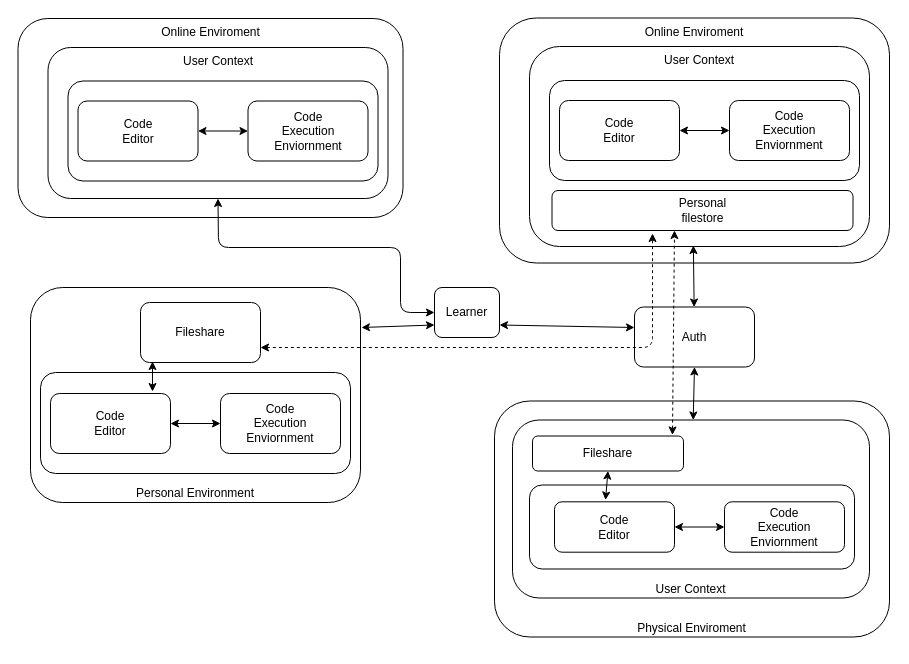
Above: drawio/basic_code_arch.dio in ouseful-demos/jupyter-architecture-diagrams (draw.io), before the change. Source tidied: cells renumbered, new cells numbered last; positions are measured from the earlier drawing's top-left corner, leaving out a move shared by most shapes. Both pictures are drawn from the tidied source at 100%, with x=0, y=0 at pixel (18, 17).
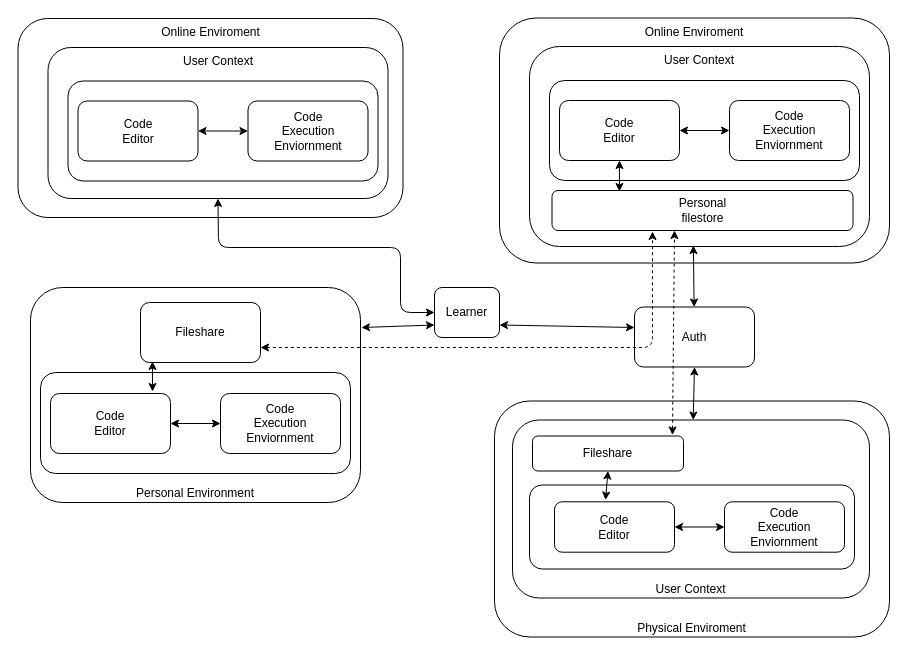
After the change.

Unchanged cells that the change refers to:
```xml
<mxCell id="15" value="Code&lt;br&gt;Editor&lt;br&gt;" style="rounded=1;whiteSpace=wrap;html=1;" parent="13" vertex="1">
  <mxGeometry x="10" y="20" width="120" height="60" as="geometry" />
</mxCell>
<mxCell id="19" value="Personal&lt;br&gt;filestore&lt;br&gt;" style="rounded=1;whiteSpace=wrap;html=1;" parent="1" vertex="1">
  <mxGeometry x="533.5" y="173" width="301" height="40" as="geometry" />
</mxCell>
<mxCell id="26" value="Fileshare" style="rounded=1;whiteSpace=wrap;html=1;" parent="1" vertex="1">
  <mxGeometry x="122" y="285" width="120" height="60" as="geometry" />
</mxCell>
```

The edit, as a diff of the source:
```diff
@@
-    <mxCell id="27" style="endArrow=classic;startArrow=classic;html=1;dashed=1;exitX=1;exitY=0.75;exitDx=0;exitDy=0;entryX=0.334;entryY=1.075;entryDx=0;entryDy=0;entryPerimeter=0;" parent="1" edge="1" source="26" target="19">
+    <mxCell id="27" style="endArrow=classic;startArrow=classic;html=1;dashed=1;exitX=1;exitY=0.75;exitDx=0;exitDy=0;entryX=0.334;entryY=1.025;entryDx=0;entryDy=0;entryPerimeter=0;" parent="1" edge="1" source="26" target="19">
       <mxGeometry relative="1" as="geometry">
         <Array as="points">
           <mxPoint x="634" y="330" />
         </Array>
       </mxGeometry>
     </mxCell>
@@
+    <mxCell id="43" style="endArrow=classic;startArrow=classic;html=1;entryX=0.5;entryY=1;entryDx=0;entryDy=0;exitX=0.224;exitY=0.025;exitDx=0;exitDy=0;exitPerimeter=0;" parent="1" edge="1" source="19" target="15">
+      <mxGeometry relative="1" as="geometry" />
+    </mxCell>
```
